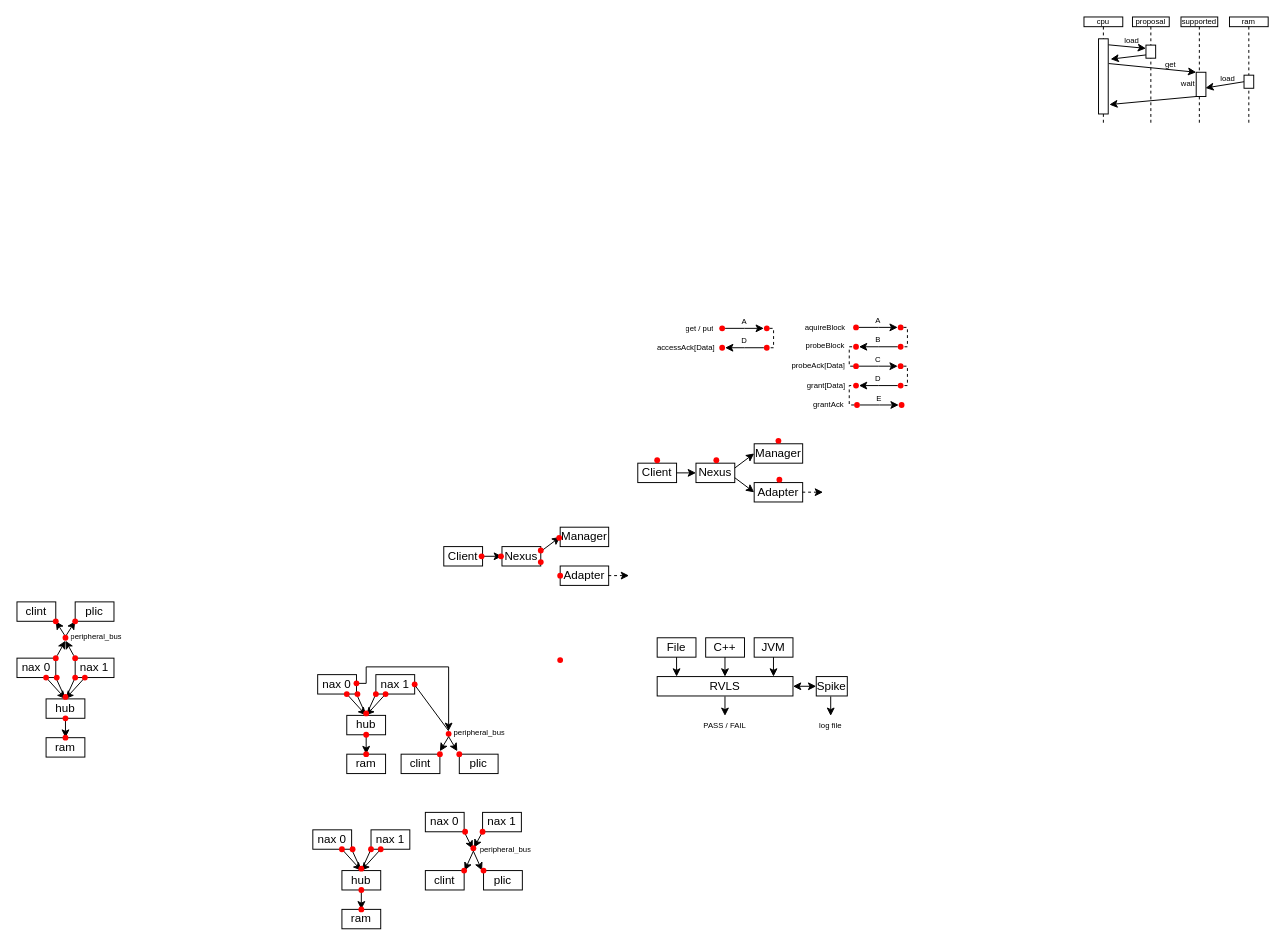
Earlier version of the draw.io diagram page "tilelink" (2 of 2) of asset/diagram.drawio (SpinalHDL/SpinalDoc). Source tidied: cells renumbered, new cells numbered last; positions are measured from the earlier drawing's top-left corner, leaving out a move shared by most shapes. Both pictures are drawn from the tidied source at 97%, with x=0, y=0 at pixel (16, 16).
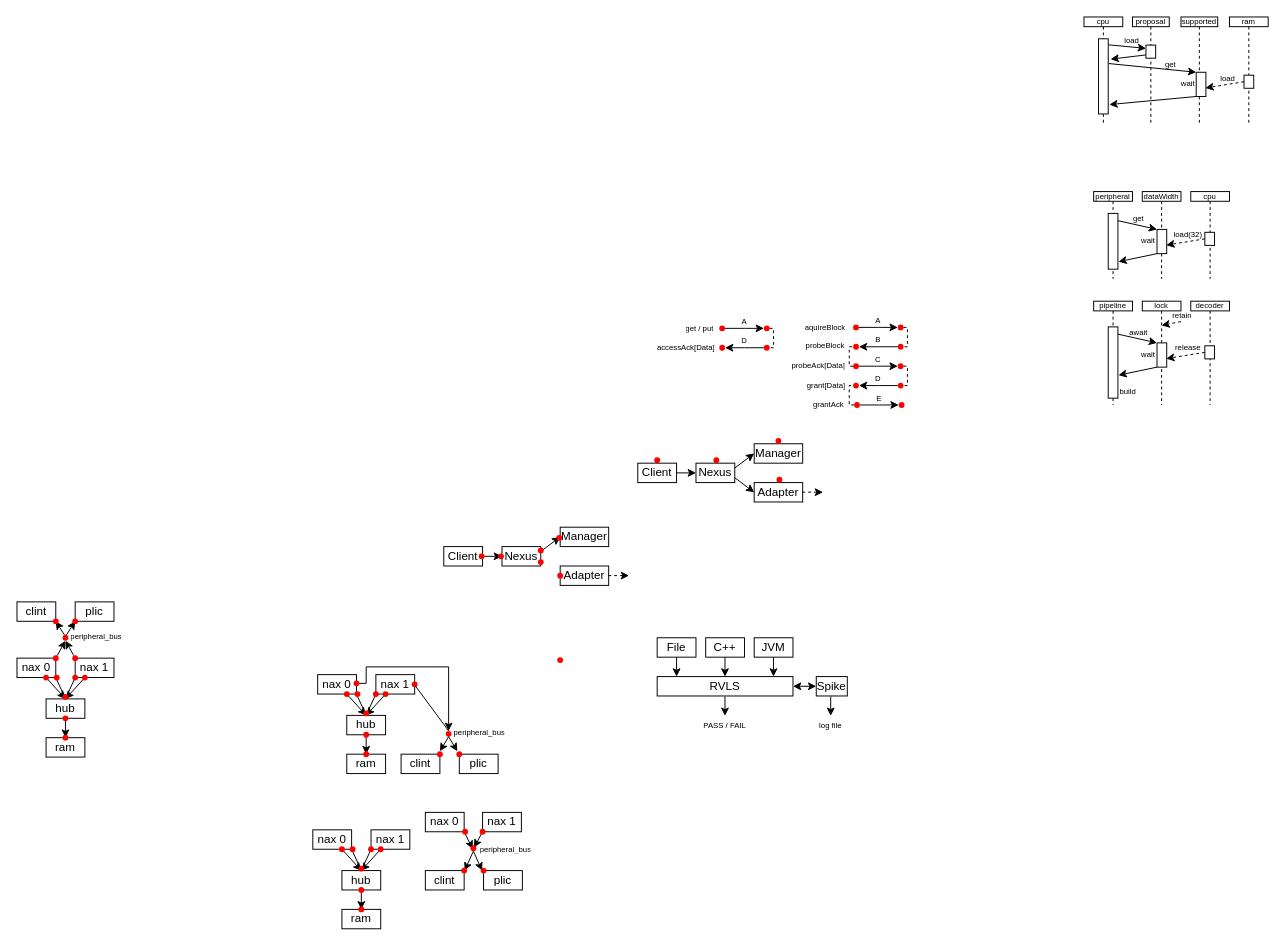
After the change.

Unchanged cells that the change refers to:
```xml
<mxCell id="170" style="rounded=0;whiteSpace=wrap;html=1;fontSize=8;" parent="169" vertex="1">
  <mxGeometry x="15" y="60" width="10" height="13.5" as="geometry" />
</mxCell>
<mxCell id="173" style="rounded=0;whiteSpace=wrap;html=1;fontSize=8;" parent="172" vertex="1">
  <mxGeometry x="15.7" y="57" width="10" height="25" as="geometry" />
</mxCell>
```

Diff of the diagram source:
```diff
@@
-    <mxCell id="179" style="rounded=0;jettySize=auto;html=1;exitX=0;exitY=0.5;exitDx=0;exitDy=0;entryX=0.952;entryY=0.648;entryDx=0;entryDy=0;entryPerimeter=0;" parent="1" edge="1" source="170" target="173">
+    <mxCell id="179" style="rounded=0;jettySize=auto;html=1;exitX=0;exitY=0.5;exitDx=0;exitDy=0;entryX=0.952;entryY=0.648;entryDx=0;entryDy=0;entryPerimeter=0;dashed=1;" parent="1" edge="1" source="170" target="173">
       <mxGeometry relative="1" as="geometry" />
     </mxCell>
@@
+    <mxCell id="184" value="peripheral" style="shape=umlLifeline;perimeter=lifelinePerimeter;whiteSpace=wrap;html=1;size=10;fontSize=8;" parent="1" vertex="1">
+      <mxGeometry x="1110" y="180" width="40" height="90" as="geometry" />
+    </mxCell>
+    <mxCell id="185" style="rounded=0;whiteSpace=wrap;html=1;fontSize=8;" parent="184" vertex="1">
+      <mxGeometry x="15" y="22.5" width="10" height="57.5" as="geometry" />
+    </mxCell>
+    <mxCell id="186" value="cpu" style="shape=umlLifeline;perimeter=lifelinePerimeter;whiteSpace=wrap;html=1;size=10;fontSize=8;" parent="1" vertex="1">
+      <mxGeometry x="1210.1" y="180" width="39.9" height="90" as="geometry" />
+    </mxCell>
+    <mxCell id="187" style="rounded=0;whiteSpace=wrap;html=1;fontSize=8;" parent="186" vertex="1">
+      <mxGeometry x="14.5" y="42" width="10" height="13.5" as="geometry" />
+    </mxCell>
+    <mxCell id="188" value="dataWidth" style="shape=umlLifeline;perimeter=lifelinePerimeter;whiteSpace=wrap;html=1;size=10;fontSize=8;" parent="1" vertex="1">
+      <mxGeometry x="1160.1" y="180" width="39.9" height="90" as="geometry" />
+    </mxCell>
+    <mxCell id="189" style="rounded=0;whiteSpace=wrap;html=1;fontSize=8;" parent="188" vertex="1">
+      <mxGeometry x="15.2" y="39" width="10" height="25" as="geometry" />
+    </mxCell>
+    <mxCell id="190" value="wait" style="rounded=0;whiteSpace=wrap;html=1;fontSize=8;fillColor=none;strokeColor=none;" parent="188" vertex="1">
+      <mxGeometry x="-3.9" y="45.5" width="21" height="10" as="geometry" />
+    </mxCell>
+    <mxCell id="191" style="rounded=0;jettySize=auto;html=1;entryX=0;entryY=0;entryDx=0;entryDy=0;exitX=1.052;exitY=0.329;exitDx=0;exitDy=0;exitPerimeter=0;" parent="1" edge="1" target="189">
+      <mxGeometry relative="1" as="geometry">
+        <mxPoint x="1135" y="210" as="sourcePoint" />
+      </mxGeometry>
+    </mxCell>
+    <mxCell id="192" style="rounded=0;jettySize=auto;html=1;exitX=0;exitY=1;exitDx=0;exitDy=0;entryX=1.116;entryY=0.875;entryDx=0;entryDy=0;entryPerimeter=0;" parent="1" edge="1" source="189">
+      <mxGeometry relative="1" as="geometry">
+        <mxPoint x="1135.6" y="252.3" as="targetPoint" />
+      </mxGeometry>
+    </mxCell>
+    <mxCell id="193" style="rounded=0;jettySize=auto;html=1;exitX=0;exitY=0.5;exitDx=0;exitDy=0;entryX=0.952;entryY=0.648;entryDx=0;entryDy=0;entryPerimeter=0;dashed=1;" parent="1" edge="1" source="187" target="189">
+      <mxGeometry relative="1" as="geometry" />
+    </mxCell>
+    <mxCell id="194" value="load(32)" style="rounded=0;whiteSpace=wrap;html=1;fontSize=8;fillColor=none;strokeColor=none;" parent="1" vertex="1">
+      <mxGeometry x="1197.4" y="219" width="21" height="10" as="geometry" />
+    </mxCell>
+    <mxCell id="195" value="get" style="rounded=0;whiteSpace=wrap;html=1;fontSize=8;fillColor=none;strokeColor=none;" parent="1" vertex="1">
+      <mxGeometry x="1146" y="203" width="21" height="10" as="geometry" />
+    </mxCell>
+    <mxCell id="196" value="pipeline" style="shape=umlLifeline;perimeter=lifelinePerimeter;whiteSpace=wrap;html=1;size=10;fontSize=8;" parent="1" vertex="1">
+      <mxGeometry x="1110" y="293" width="40" height="107" as="geometry" />
+    </mxCell>
+    <mxCell id="197" style="rounded=0;whiteSpace=wrap;html=1;fontSize=8;" parent="196" vertex="1">
+      <mxGeometry x="15" y="26.5" width="10" height="73.5" as="geometry" />
+    </mxCell>
+    <mxCell id="198" value="decoder" style="shape=umlLifeline;perimeter=lifelinePerimeter;whiteSpace=wrap;html=1;size=10;fontSize=8;" parent="1" vertex="1">
+      <mxGeometry x="1210.1" y="293" width="39.9" height="107" as="geometry" />
+    </mxCell>
+    <mxCell id="199" style="rounded=0;whiteSpace=wrap;html=1;fontSize=8;" parent="198" vertex="1">
+      <mxGeometry x="14.5" y="46" width="10" height="13.5" as="geometry" />
+    </mxCell>
+    <mxCell id="200" value="lock" style="shape=umlLifeline;perimeter=lifelinePerimeter;whiteSpace=wrap;html=1;size=10;fontSize=8;" parent="1" vertex="1">
+      <mxGeometry x="1160.1" y="293" width="39.9" height="107" as="geometry" />
+    </mxCell>
+    <mxCell id="201" style="rounded=0;whiteSpace=wrap;html=1;fontSize=8;" parent="200" vertex="1">
+      <mxGeometry x="15.2" y="43" width="10" height="25" as="geometry" />
+    </mxCell>
+    <mxCell id="202" value="wait" style="rounded=0;whiteSpace=wrap;html=1;fontSize=8;fillColor=none;strokeColor=none;" parent="200" vertex="1">
+      <mxGeometry x="-3.9" y="49.5" width="21" height="10" as="geometry" />
+    </mxCell>
+    <mxCell id="203" style="rounded=0;jettySize=auto;html=1;entryX=0;entryY=0;entryDx=0;entryDy=0;exitX=1.052;exitY=0.329;exitDx=0;exitDy=0;exitPerimeter=0;" parent="1" edge="1" target="201">
+      <mxGeometry relative="1" as="geometry">
+        <mxPoint x="1135" y="327" as="sourcePoint" />
+      </mxGeometry>
+    </mxCell>
+    <mxCell id="204" style="rounded=0;jettySize=auto;html=1;exitX=0;exitY=1;exitDx=0;exitDy=0;entryX=1.116;entryY=0.875;entryDx=0;entryDy=0;entryPerimeter=0;" parent="1" edge="1" source="201">
+      <mxGeometry relative="1" as="geometry">
+        <mxPoint x="1135.6" y="369.3" as="targetPoint" />
+      </mxGeometry>
+    </mxCell>
+    <mxCell id="205" style="rounded=0;jettySize=auto;html=1;exitX=0;exitY=0.5;exitDx=0;exitDy=0;entryX=0.952;entryY=0.648;entryDx=0;entryDy=0;entryPerimeter=0;dashed=1;" parent="1" edge="1" source="199" target="201">
+      <mxGeometry relative="1" as="geometry" />
+    </mxCell>
+    <mxCell id="206" value="release" style="rounded=0;whiteSpace=wrap;html=1;fontSize=8;fillColor=none;strokeColor=none;" parent="1" vertex="1">
+      <mxGeometry x="1197.4" y="336" width="21" height="10" as="geometry" />
+    </mxCell>
+    <mxCell id="207" value="await" style="rounded=0;whiteSpace=wrap;html=1;fontSize=8;fillColor=none;strokeColor=none;" parent="1" vertex="1">
+      <mxGeometry x="1146" y="320" width="21" height="10" as="geometry" />
+    </mxCell>
+    <mxCell id="208" style="rounded=0;orthogonalLoop=1;jettySize=auto;html=1;entryX=0.952;entryY=0.648;entryDx=0;entryDy=0;entryPerimeter=0;dashed=1;" parent="1" edge="1">
+      <mxGeometry relative="1" as="geometry">
+        <mxPoint x="1200" y="314" as="sourcePoint" />
+        <mxPoint x="1180" y="318" as="targetPoint" />
+      </mxGeometry>
+    </mxCell>
+    <mxCell id="209" value="retain" style="rounded=0;whiteSpace=wrap;html=1;fontSize=8;fillColor=none;strokeColor=none;" parent="1" vertex="1">
+      <mxGeometry x="1191.4" y="303" width="21" height="9" as="geometry" />
+    </mxCell>
+    <mxCell id="210" value="build" style="rounded=0;whiteSpace=wrap;html=1;fontSize=8;fillColor=none;strokeColor=none;" parent="1" vertex="1">
+      <mxGeometry x="1135" y="381" width="21" height="9" as="geometry" />
+    </mxCell>
```
